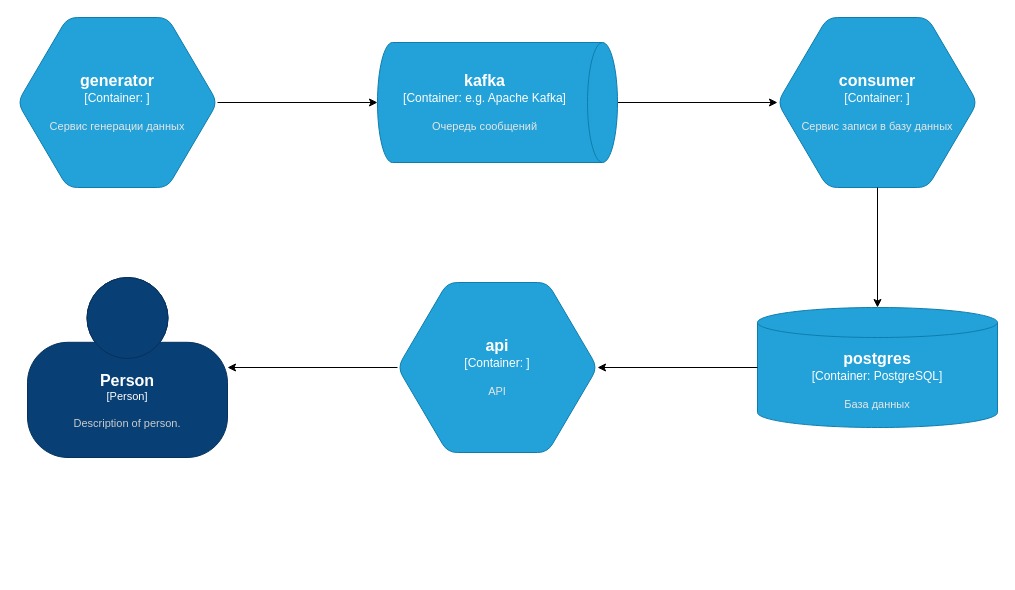
The draw.io diagram docs/schema.drawio in gardasar-code/GardasarCode.Lab.IPLogs, before the edit. Source tidied: cells renumbered, new cells numbered last; positions are measured from the earlier drawing's top-left corner, leaving out a move shared by most shapes. Both pictures are drawn from the tidied source at 100%, with x=0, y=0 at pixel (17, 17).
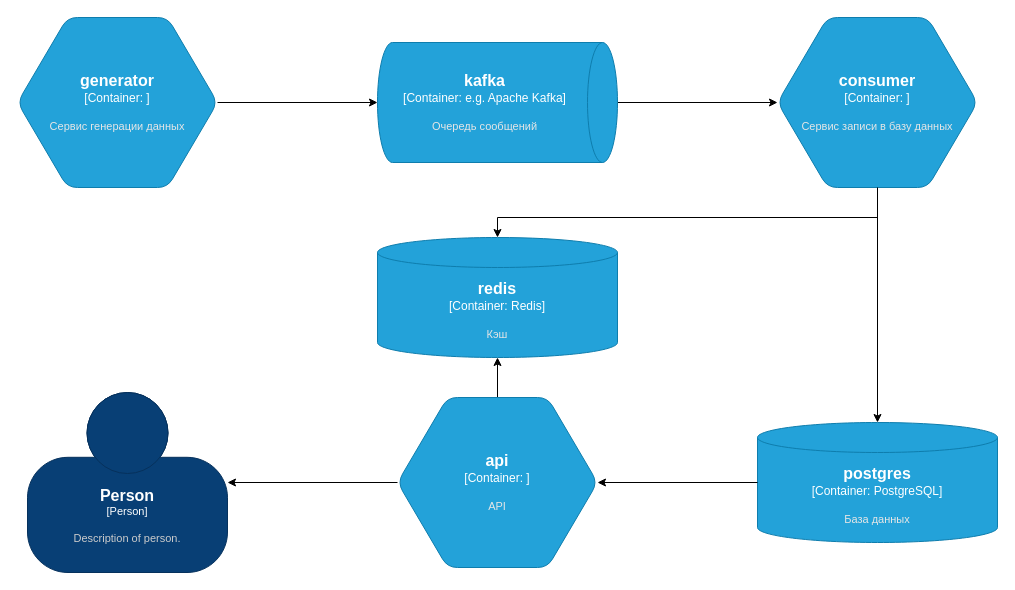
The same diagram, later.

The change refers to these unchanged cells:
```xml
<object id="5" label="&lt;font style=&quot;font-size: 16px&quot;&gt;&lt;b&gt;%c4Name%&lt;/b&gt;&lt;/font&gt;&lt;div&gt;[%c4Type%:&amp;nbsp;%c4Technology%]&lt;/div&gt;&lt;br&gt;&lt;div&gt;&lt;font style=&quot;font-size: 11px&quot;&gt;&lt;font color=&quot;#E6E6E6&quot;&gt;%c4Description%&lt;/font&gt;&lt;/div&gt;" c4Description="Сервис записи в базу данных" c4Name="consumer" c4Technology="" c4Type="Container" placeholders="1">
  <mxCell style="shape=hexagon;size=50;perimeter=hexagonPerimeter2;whiteSpace=wrap;html=1;fixedSize=1;rounded=1;labelBackgroundColor=none;fillColor=#23A2D9;fontSize=12;fontColor=#ffffff;align=center;strokeColor=#0E7DAD;points=[[0.5,0,0],[1,0.25,0],[1,0.5,0],[1,0.75,0],[0.5,1,0],[0,0.75,0],[0,0.5,0],[0,0.25,0]];" parent="1" vertex="1">
    <mxGeometry x="760" width="200" height="170" as="geometry" />
  </mxCell>
</object>
```

Diff of the diagram source:
```diff
@@
+    <mxCell id="13" style="edgeStyle=orthogonalEdgeStyle;rounded=0;jettySize=auto;html=1;" parent="1" edge="1" source="5" target="15">
+      <mxGeometry relative="1" as="geometry">
+        <Array as="points">
+          <mxPoint x="860" y="200" />
+          <mxPoint x="480" y="200" />
+        </Array>
+      </mxGeometry>
+    </mxCell>
@@
     <object id="6" label="&lt;font style=&quot;font-size: 16px&quot;&gt;&lt;b&gt;%c4Name%&lt;/b&gt;&lt;/font&gt;&lt;div&gt;[%c4Type%:&amp;nbsp;%c4Technology%]&lt;/div&gt;&lt;br&gt;&lt;div&gt;&lt;font style=&quot;font-size: 11px&quot;&gt;&lt;font color=&quot;#E6E6E6&quot;&gt;%c4Description%&lt;/font&gt;&lt;/div&gt;" c4Description="База данных" c4Name="postgres" c4Technology="PostgreSQL" c4Type="Container" placeholders="1">
       <mxCell style="shape=cylinder3;size=15;whiteSpace=wrap;html=1;boundedLbl=1;rounded=0;labelBackgroundColor=none;fillColor=#23A2D9;fontSize=12;fontColor=#ffffff;align=center;strokeColor=#0E7DAD;points=[[0.5,0,0],[1,0.25,0],[1,0.5,0],[1,0.75,0],[0.5,1,0],[0,0.75,0],[0,0.5,0],[0,0.25,0]];" parent="1" vertex="1">
-        <mxGeometry x="740" y="290" width="240" height="120" as="geometry" />
+        <mxGeometry x="740" y="405" width="240" height="120" as="geometry" />
       </mxCell>
     </object>
+    <mxCell id="14" style="edgeStyle=orthogonalEdgeStyle;rounded=0;jettySize=auto;html=1;" parent="1" edge="1" source="7" target="15">
+      <mxGeometry relative="1" as="geometry" />
+    </mxCell>
     <object id="7" label="&lt;font style=&quot;font-size: 16px&quot;&gt;&lt;b&gt;%c4Name%&lt;/b&gt;&lt;/font&gt;&lt;div&gt;[%c4Type%:&amp;nbsp;%c4Technology%]&lt;/div&gt;&lt;br&gt;&lt;div&gt;&lt;font style=&quot;font-size: 11px&quot;&gt;&lt;font color=&quot;#E6E6E6&quot;&gt;%c4Description%&lt;/font&gt;&lt;/div&gt;" c4Description="API" c4Name="api" c4Technology="" c4Type="Container" placeholders="1">
       <mxCell style="shape=hexagon;size=50;perimeter=hexagonPerimeter2;whiteSpace=wrap;html=1;fixedSize=1;rounded=1;labelBackgroundColor=none;fillColor=#23A2D9;fontSize=12;fontColor=#ffffff;align=center;strokeColor=#0E7DAD;points=[[0.5,0,0],[1,0.25,0],[1,0.5,0],[1,0.75,0],[0.5,1,0],[0,0.75,0],[0,0.5,0],[0,0.25,0]];" parent="1" vertex="1">
-        <mxGeometry x="380" y="265" width="200" height="170" as="geometry" />
+        <mxGeometry x="380" y="380" width="200" height="170" as="geometry" />
       </mxCell>
     </object>
@@
     <object id="9" label="&lt;font style=&quot;font-size: 16px&quot;&gt;&lt;b&gt;%c4Name%&lt;/b&gt;&lt;/font&gt;&lt;div&gt;[%c4Type%]&lt;/div&gt;&lt;br&gt;&lt;div&gt;&lt;font style=&quot;font-size: 11px&quot;&gt;&lt;font color=&quot;#cccccc&quot;&gt;%c4Description%&lt;/font&gt;&lt;/div&gt;" c4Description="Description of person." c4Name="Person" c4Type="Person" placeholders="1">
       <mxCell style="html=1;fontSize=11;dashed=0;whiteSpace=wrap;fillColor=#083F75;strokeColor=#06315C;fontColor=#ffffff;shape=mxgraph.c4.person2;align=center;points=[[0.5,0,0],[1,0.5,0],[1,0.75,0],[0.75,1,0],[0.5,1,0],[0.25,1,0],[0,0.75,0],[0,0.5,0]];" parent="1" vertex="1">
-        <mxGeometry x="10" y="260" width="200" height="180" as="geometry" />
+        <mxGeometry x="10" y="375" width="200" height="180" as="geometry" />
       </mxCell>
     </object>
@@
+    <object id="15" label="&lt;font style=&quot;font-size: 16px&quot;&gt;&lt;b&gt;%c4Name%&lt;/b&gt;&lt;/font&gt;&lt;div&gt;[%c4Type%:&amp;nbsp;%c4Technology%]&lt;/div&gt;&lt;br&gt;&lt;div&gt;&lt;font style=&quot;font-size: 11px&quot;&gt;&lt;font color=&quot;#E6E6E6&quot;&gt;%c4Description%&lt;/font&gt;&lt;/div&gt;" c4Description="Кэш" c4Name="redis" c4Technology="Redis" c4Type="Container" placeholders="1">
+      <mxCell style="shape=cylinder3;size=15;whiteSpace=wrap;html=1;boundedLbl=1;rounded=0;labelBackgroundColor=none;fillColor=#23A2D9;fontSize=12;fontColor=#ffffff;align=center;strokeColor=#0E7DAD;points=[[0.5,0,0],[1,0.25,0],[1,0.5,0],[1,0.75,0],[0.5,1,0],[0,0.75,0],[0,0.5,0],[0,0.25,0]];" parent="1" vertex="1">
+        <mxGeometry x="360" y="220" width="240" height="120" as="geometry" />
+      </mxCell>
+    </object>
```
